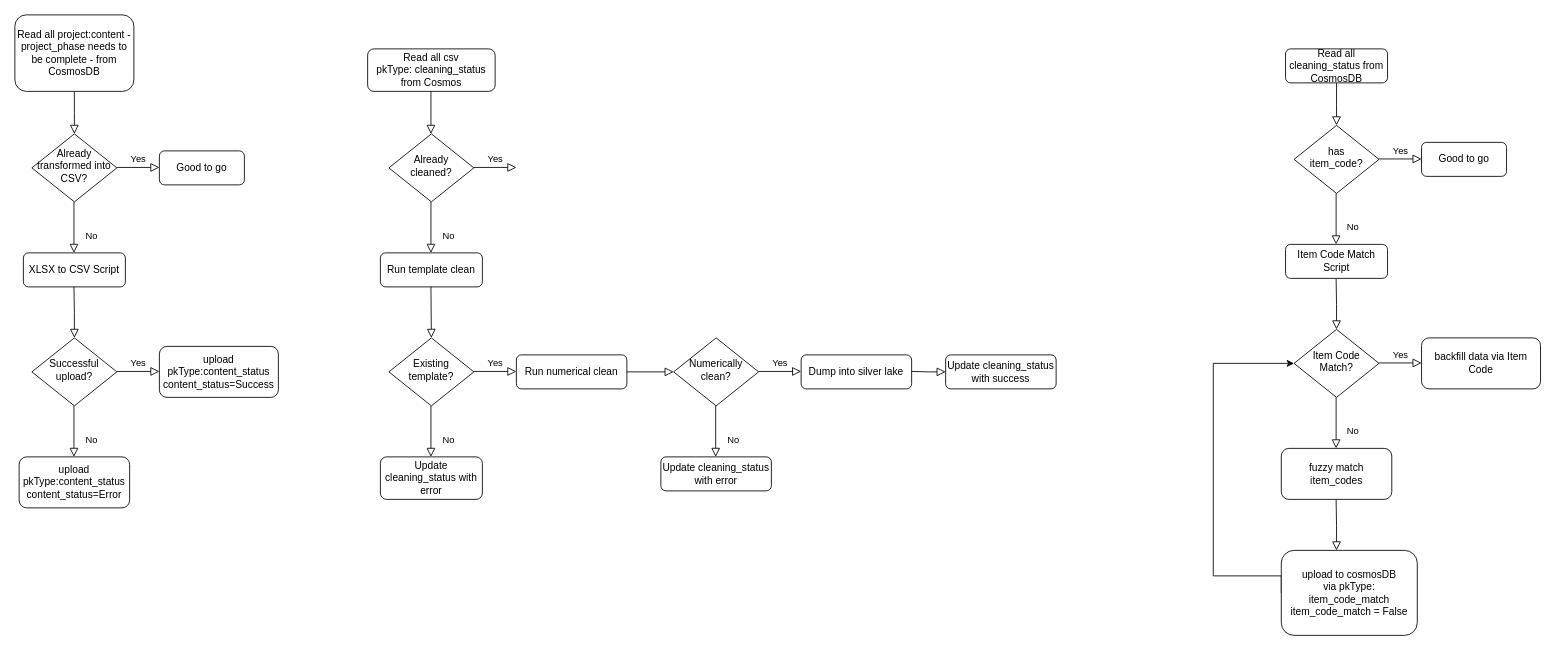
Earlier version of the draw.io diagram ETL_Architecture.drawio (wizard-agb/dashboard). Source tidied: cells renumbered, new cells numbered last; positions are measured from the earlier drawing's top-left corner, leaving out a move shared by most shapes. Both pictures are drawn from the tidied source at 85%, with x=0, y=0 at pixel (14, 14).
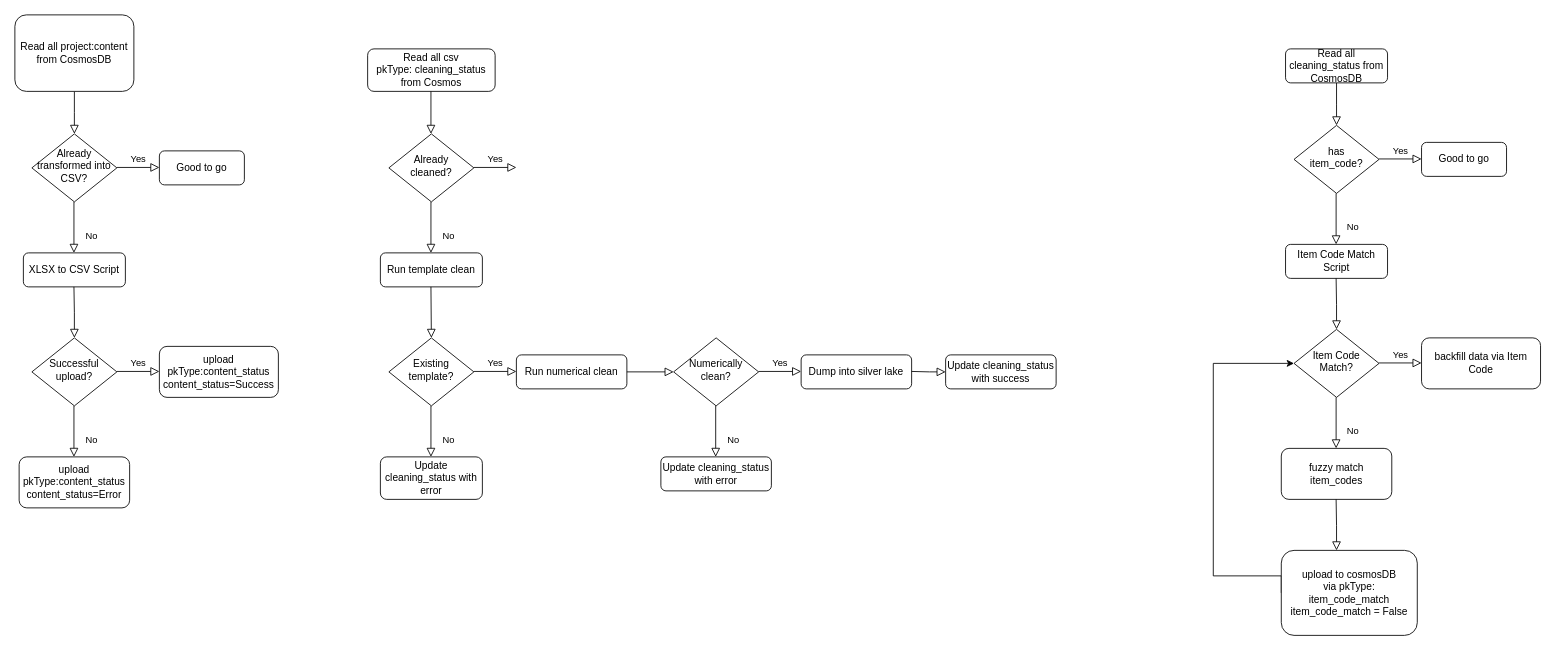
After the change.

The edit, as a diff of the source:
```diff
@@
-    <mxCell id="3" value="Read all project:content - project_phase needs to be complete - from CosmosDB" style="rounded=1;whiteSpace=wrap;html=1;fontSize=12;glass=0;strokeWidth=1;shadow=0;" parent="1" vertex="1">
+    <mxCell id="3" value="Read all project:content from CosmosDB" style="rounded=1;whiteSpace=wrap;html=1;fontSize=12;glass=0;strokeWidth=1;shadow=0;" parent="1" vertex="1">
       <mxGeometry width="140" height="90" as="geometry" />
     </mxCell>
```
